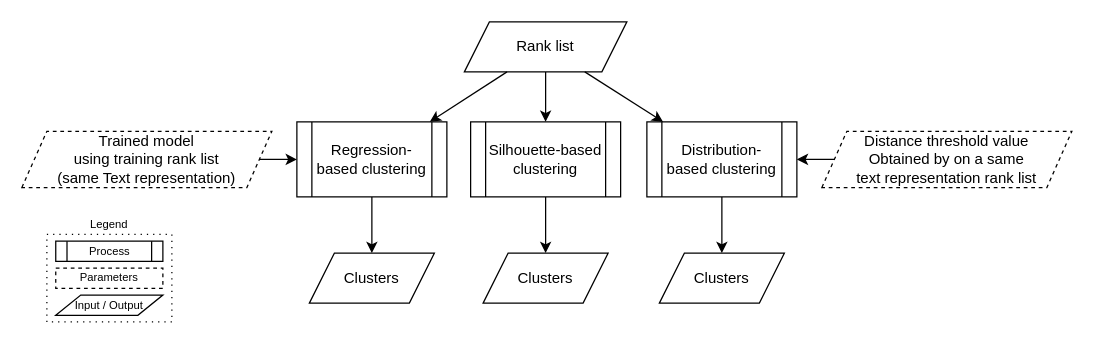
Above: page "clustering" (2 of 3) of report/schema/schema.drawio in TheRaphael0000/master_thesis (draw.io), before the change. Source tidied: cells renumbered, new cells numbered last; positions are measured from the earlier drawing's top-left corner, leaving out a move shared by most shapes. Both pictures are drawn from the tidied source at 125%, with x=0, y=0 at pixel (21, 21).
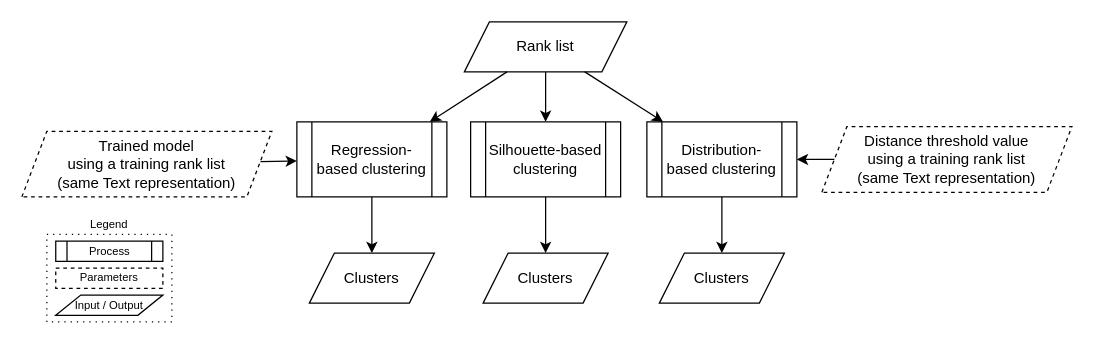
Above is the later version.

What changed in the source:
```diff
@@
-    <mxCell id="10" value="&lt;span&gt;Trained model&lt;br&gt;using training rank list&lt;br&gt;(same Text representation)&lt;br&gt;&lt;/span&gt;" style="shape=parallelogram;perimeter=parallelogramPerimeter;whiteSpace=wrap;html=1;fixedSize=1;dashed=1;" parent="1" vertex="1">
-      <mxGeometry y="87.5" width="200" height="45" as="geometry" />
+    <mxCell id="10" value="&lt;span&gt;Trained model&lt;br&gt;using a training rank list&lt;br&gt;(same Text representation)&lt;br&gt;&lt;/span&gt;" style="shape=parallelogram;perimeter=parallelogramPerimeter;whiteSpace=wrap;html=1;fixedSize=1;dashed=1;" parent="1" vertex="1">
+      <mxGeometry y="87.5" width="200" height="52.5" as="geometry" />
     </mxCell>
@@
-    <mxCell id="19" value="&lt;span&gt;Distance threshold value&lt;br&gt;Obtained by on a same&lt;br&gt;text representation rank list&lt;br&gt;&lt;/span&gt;" style="shape=parallelogram;perimeter=parallelogramPerimeter;whiteSpace=wrap;html=1;fixedSize=1;dashed=1;" parent="1" vertex="1">
-      <mxGeometry x="640" y="87.5" width="200" height="45" as="geometry" />
+    <mxCell id="19" value="&lt;span&gt;Distance threshold value&lt;br&gt;using a training rank list&lt;br&gt;(same Text representation)&lt;br&gt;&lt;/span&gt;" style="shape=parallelogram;perimeter=parallelogramPerimeter;whiteSpace=wrap;html=1;fixedSize=1;dashed=1;" parent="1" vertex="1">
+      <mxGeometry x="640" y="83.8" width="200" height="52.5" as="geometry" />
     </mxCell>
```
